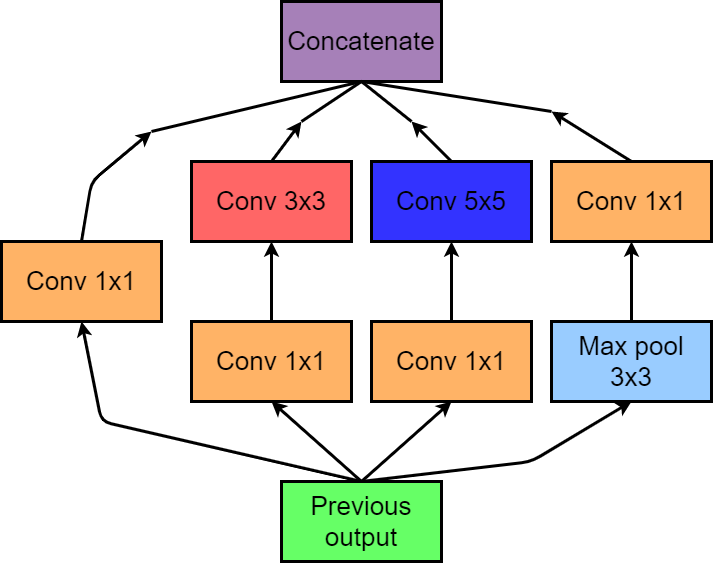
jjheaton99/Liquid-Crystals-DL keeps this draw.io diagram as report/Sem 2/images/inception_block.png. Above is the earlier version. Source tidied: cells renumbered, new cells last; positions are measured from the earlier drawing's top-left corner, leaving out a move shared by most shapes.
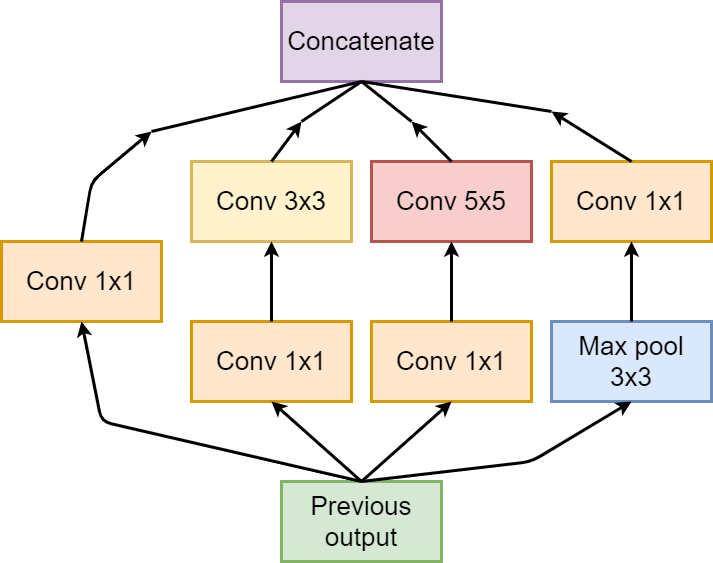
The same diagram one commit later.

Change to the diagram source:
```diff
@@ -2,31 +2,31 @@
   <root>
     <mxCell id="0" />
     <mxCell id="1" parent="0" />
-    <mxCell id="2" style="shape=cube;whiteSpace=wrap;html=1;boundedLbl=1;backgroundOutline=1;darkOpacity=0.05;darkOpacity2=0.1;size=0;fillColor=#66FF66;strokeWidth=3;flipH=1;flipV=1;direction=south;" parent="1" vertex="1">
+    <mxCell id="2" style="shape=cube;whiteSpace=wrap;html=1;boundedLbl=1;backgroundOutline=1;darkOpacity=0.05;darkOpacity2=0.1;size=0;fillColor=#d5e8d4;strokeWidth=3;flipH=1;flipV=1;direction=south;strokeColor=#82b366;" parent="1" vertex="1">
       <mxGeometry x="280" y="480" width="160" height="80" as="geometry" />
     </mxCell>
-    <mxCell id="3" style="shape=cube;whiteSpace=wrap;html=1;boundedLbl=1;backgroundOutline=1;darkOpacity=0.05;darkOpacity2=0.1;size=0;strokeWidth=3;flipH=1;flipV=1;direction=south;fillColor=#FFB366;" parent="1" vertex="1">
+    <mxCell id="3" style="shape=cube;whiteSpace=wrap;html=1;boundedLbl=1;backgroundOutline=1;darkOpacity=0.05;darkOpacity2=0.1;size=0;strokeWidth=3;flipH=1;flipV=1;direction=south;fillColor=#ffe6cc;strokeColor=#d79b00;" parent="1" vertex="1">
       <mxGeometry x="190" y="320" width="160" height="80" as="geometry" />
     </mxCell>
-    <mxCell id="4" style="shape=cube;whiteSpace=wrap;html=1;boundedLbl=1;backgroundOutline=1;darkOpacity=0.05;darkOpacity2=0.1;size=0;strokeWidth=3;flipH=1;flipV=1;direction=south;fillColor=#FFB366;" parent="1" vertex="1">
+    <mxCell id="4" style="shape=cube;whiteSpace=wrap;html=1;boundedLbl=1;backgroundOutline=1;darkOpacity=0.05;darkOpacity2=0.1;size=0;strokeWidth=3;flipH=1;flipV=1;direction=south;fillColor=#ffe6cc;strokeColor=#d79b00;" parent="1" vertex="1">
       <mxGeometry x="370" y="320" width="160" height="80" as="geometry" />
     </mxCell>
-    <mxCell id="5" style="shape=cube;whiteSpace=wrap;html=1;boundedLbl=1;backgroundOutline=1;darkOpacity=0.05;darkOpacity2=0.1;size=0;strokeWidth=3;flipH=1;flipV=1;direction=south;fillColor=#99CCFF;" parent="1" vertex="1">
+    <mxCell id="5" style="shape=cube;whiteSpace=wrap;html=1;boundedLbl=1;backgroundOutline=1;darkOpacity=0.05;darkOpacity2=0.1;size=0;strokeWidth=3;flipH=1;flipV=1;direction=south;fillColor=#dae8fc;strokeColor=#6c8ebf;" parent="1" vertex="1">
       <mxGeometry x="550" y="320" width="160" height="80" as="geometry" />
     </mxCell>
-    <mxCell id="6" style="shape=cube;whiteSpace=wrap;html=1;boundedLbl=1;backgroundOutline=1;darkOpacity=0.05;darkOpacity2=0.1;size=0;strokeWidth=3;flipH=1;flipV=1;direction=south;fillColor=#FFB366;" parent="1" vertex="1">
+    <mxCell id="6" style="shape=cube;whiteSpace=wrap;html=1;boundedLbl=1;backgroundOutline=1;darkOpacity=0.05;darkOpacity2=0.1;size=0;strokeWidth=3;flipH=1;flipV=1;direction=south;fillColor=#ffe6cc;strokeColor=#d79b00;" parent="1" vertex="1">
       <mxGeometry y="240" width="160" height="80" as="geometry" />
     </mxCell>
-    <mxCell id="7" style="shape=cube;whiteSpace=wrap;html=1;boundedLbl=1;backgroundOutline=1;darkOpacity=0.05;darkOpacity2=0.1;size=0;strokeWidth=3;flipH=1;flipV=1;direction=south;fillColor=#FF6666;" parent="1" vertex="1">
+    <mxCell id="7" style="shape=cube;whiteSpace=wrap;html=1;boundedLbl=1;backgroundOutline=1;darkOpacity=0.05;darkOpacity2=0.1;size=0;strokeWidth=3;flipH=1;flipV=1;direction=south;fillColor=#fff2cc;strokeColor=#d6b656;" parent="1" vertex="1">
       <mxGeometry x="190" y="160" width="160" height="80" as="geometry" />
     </mxCell>
-    <mxCell id="8" style="shape=cube;whiteSpace=wrap;html=1;boundedLbl=1;backgroundOutline=1;darkOpacity=0.05;darkOpacity2=0.1;size=0;strokeWidth=3;flipH=1;flipV=1;direction=south;fillColor=#3333FF;" parent="1" vertex="1">
+    <mxCell id="8" style="shape=cube;whiteSpace=wrap;html=1;boundedLbl=1;backgroundOutline=1;darkOpacity=0.05;darkOpacity2=0.1;size=0;strokeWidth=3;flipH=1;flipV=1;direction=south;fillColor=#f8cecc;strokeColor=#b85450;" parent="1" vertex="1">
       <mxGeometry x="370" y="160" width="160" height="80" as="geometry" />
     </mxCell>
-    <mxCell id="9" style="shape=cube;whiteSpace=wrap;html=1;boundedLbl=1;backgroundOutline=1;darkOpacity=0.05;darkOpacity2=0.1;size=0;strokeWidth=3;flipH=1;flipV=1;direction=south;fillColor=#FFB366;" parent="1" vertex="1">
+    <mxCell id="9" style="shape=cube;whiteSpace=wrap;html=1;boundedLbl=1;backgroundOutline=1;darkOpacity=0.05;darkOpacity2=0.1;size=0;strokeWidth=3;flipH=1;flipV=1;direction=south;fillColor=#ffe6cc;strokeColor=#d79b00;" parent="1" vertex="1">
       <mxGeometry x="550" y="160" width="160" height="80" as="geometry" />
     </mxCell>
-    <mxCell id="10" style="shape=cube;whiteSpace=wrap;html=1;boundedLbl=1;backgroundOutline=1;darkOpacity=0.05;darkOpacity2=0.1;size=0;strokeWidth=3;flipH=1;flipV=1;direction=south;fillColor=#A680B8;" parent="1" vertex="1">
+    <mxCell id="10" style="shape=cube;whiteSpace=wrap;html=1;boundedLbl=1;backgroundOutline=1;darkOpacity=0.05;darkOpacity2=0.1;size=0;strokeWidth=3;flipH=1;flipV=1;direction=south;fillColor=#e1d5e7;strokeColor=#9673a6;" parent="1" vertex="1">
       <mxGeometry x="280" width="160" height="80" as="geometry" />
     </mxCell>
     <mxCell id="11" style="endArrow=classic;html=1;entryX=0;entryY=0;entryDx=0;entryDy=80;entryPerimeter=0;strokeWidth=3;exitX=0;exitY=0;exitDx=80;exitDy=80;exitPerimeter=0;" parent="1" edge="1" source="2" target="4">
```
